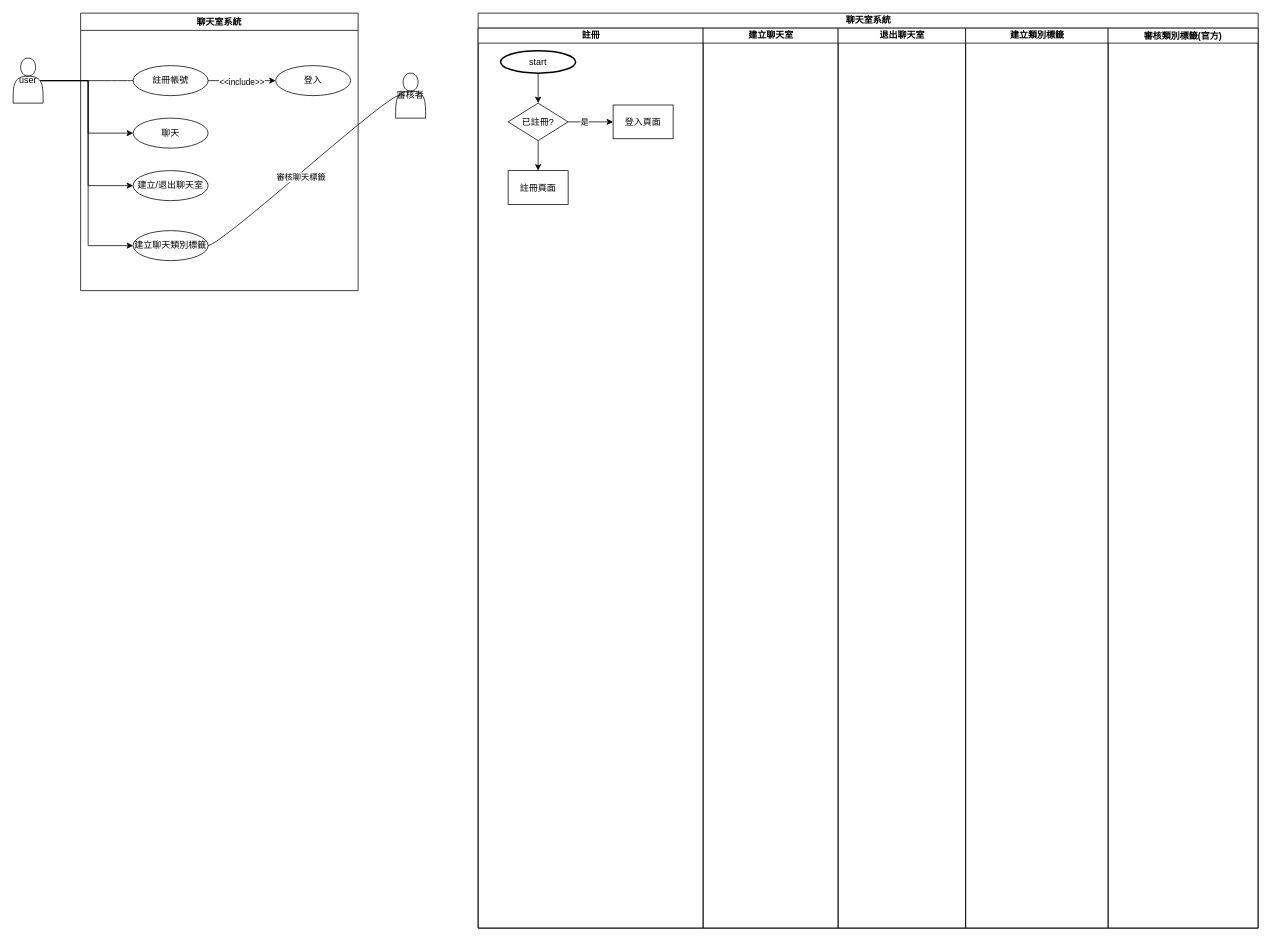
est716/RealTalkSystem keeps this draw.io diagram as 聊天室系統.drawio. Above is the earlier version. Source tidied: cells renumbered, new cells numbered last; positions are measured from the earlier drawing's top-left corner, leaving out a move shared by most shapes. Both pictures are drawn from the tidied source at 75%, with x=0, y=0 at pixel (13, 13).
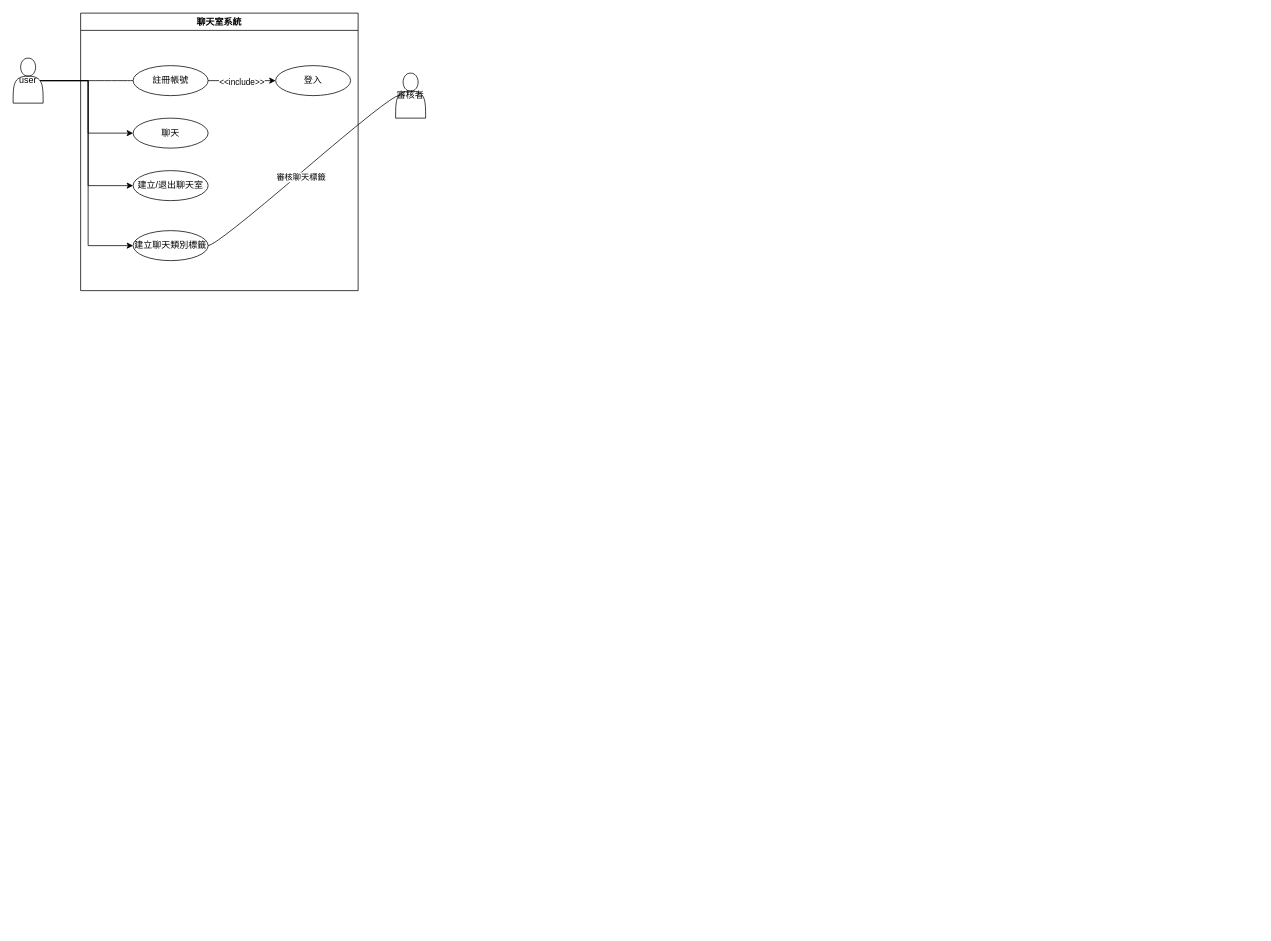
After the change.

Change to the diagram source:
```diff
@@
-    <mxCell id="18" value="聊天室系統" style="swimlane;startSize=20;html=1;direction=east;" parent="1" vertex="1">
-      <mxGeometry x="620" width="1040" height="1220" as="geometry" />
-    </mxCell>
-    <mxCell id="19" value="註冊" style="swimlane;startSize=20;html=1;" parent="18" vertex="1">
-      <mxGeometry y="20" width="300" height="1200" as="geometry" />
-    </mxCell>
-    <mxCell id="20" style="edgeStyle=orthogonalEdgeStyle;rounded=0;jettySize=auto;html=1;" parent="19" edge="1" source="21" target="25">
-      <mxGeometry relative="1" as="geometry" />
-    </mxCell>
-    <mxCell id="21" value="start" style="strokeWidth=2;html=1;shape=mxgraph.flowchart.start_1;whiteSpace=wrap;" parent="19" vertex="1">
-      <mxGeometry x="30" y="30" width="100" height="30" as="geometry" />
-    </mxCell>
-    <mxCell id="22" style="edgeStyle=orthogonalEdgeStyle;rounded=0;jettySize=auto;html=1;" parent="19" edge="1" source="25" target="26">
-      <mxGeometry relative="1" as="geometry" />
-    </mxCell>
-    <mxCell id="23" value="是" style="edgeLabel;html=1;align=center;verticalAlign=middle;" parent="22" vertex="1">
-      <mxGeometry x="-0.29" y="1" relative="1" as="geometry" />
-    </mxCell>
-    <mxCell id="24" style="edgeStyle=orthogonalEdgeStyle;rounded=0;jettySize=auto;html=1;" parent="19" edge="1" source="25" target="27">
-      <mxGeometry relative="1" as="geometry" />
-    </mxCell>
-    <mxCell id="25" value="已註冊?" style="rhombus;whiteSpace=wrap;html=1;" parent="19" vertex="1">
-      <mxGeometry x="40" y="100" width="80" height="50" as="geometry" />
-    </mxCell>
-    <mxCell id="26" value="登入頁面" style="whiteSpace=wrap;html=1;" parent="19" vertex="1">
-      <mxGeometry x="180" y="102.5" width="80" height="45" as="geometry" />
-    </mxCell>
-    <mxCell id="27" value="註冊頁面" style="whiteSpace=wrap;html=1;" parent="19" vertex="1">
-      <mxGeometry x="40" y="190" width="80" height="45" as="geometry" />
-    </mxCell>
-    <mxCell id="28" value="建立聊天室" style="swimlane;startSize=20;html=1;" parent="18" vertex="1">
-      <mxGeometry x="300" y="20" width="180" height="1200" as="geometry" />
-    </mxCell>
-    <mxCell id="29" value="退出聊天室" style="swimlane;startSize=20;html=1;" parent="18" vertex="1">
-      <mxGeometry x="480" y="20" width="170" height="1200" as="geometry" />
-    </mxCell>
-    <mxCell id="30" value="建立類別標籤" style="swimlane;startSize=20;html=1;" parent="18" vertex="1">
-      <mxGeometry x="650" y="20" width="190" height="1200" as="geometry" />
-    </mxCell>
-    <mxCell id="31" value="審核類別標籤(官方)" style="swimlane;startSize=20;" parent="18" vertex="1">
-      <mxGeometry x="840" y="20" width="200" height="1200" as="geometry" />
-    </mxCell>
```
